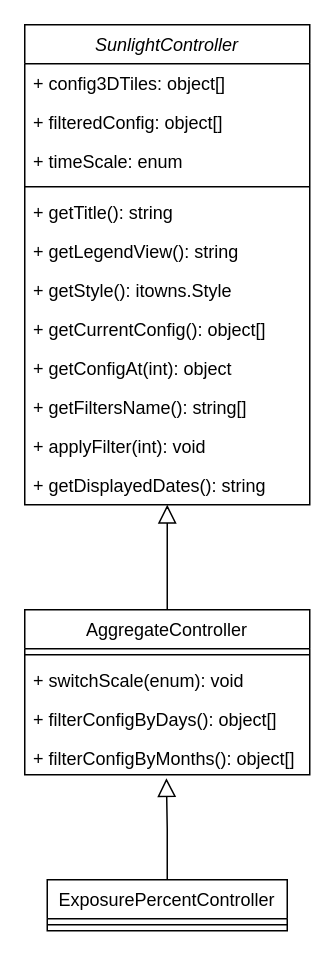
VCityTeam/UD-Demo-VCity-Sunlight keeps this draw.io diagram as docs/UML_Controllers.drawio. Above is the earlier version. Source tidied: cells renumbered, new cells numbered last; positions are measured from the earlier drawing's top-left corner, leaving out a move shared by most shapes. Both pictures are drawn from the tidied source at 150%, with x=0, y=0 at pixel (24, 24).
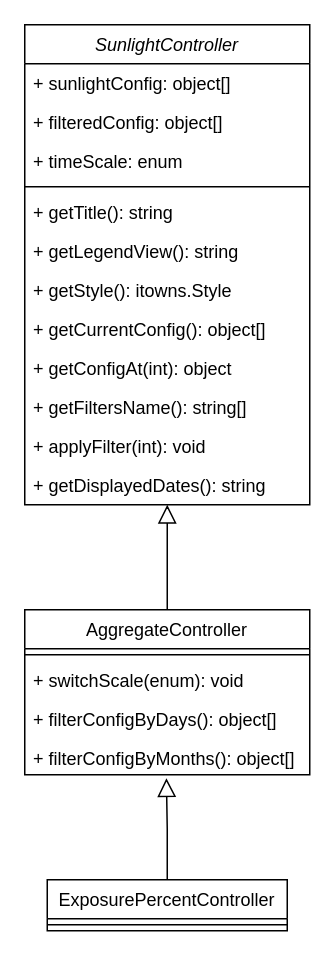
After the change.

Commit message (it also covers changes not shown here):
Update uml diagram of controllers

The change refers to these unchanged cells:
```xml
<mxCell id="2" value="SunlightController" style="swimlane;fontStyle=2;align=center;verticalAlign=top;horizontal=1;startSize=26;rounded=0;shadow=0;strokeWidth=1;" parent="1" vertex="1">
  <mxGeometry width="190" height="320" as="geometry" />
</mxCell>
```

Diff of the diagram source:
```diff
@@
-    <mxCell id="3" value="+ config3DTiles: object[]" style="text;align=left;verticalAlign=top;spacingLeft=4;spacingRight=4;overflow=hidden;" parent="2" vertex="1">
+    <mxCell id="3" value="+ sunlightConfig: object[]" style="text;align=left;verticalAlign=top;spacingLeft=4;spacingRight=4;overflow=hidden;" parent="2" vertex="1">
       <mxGeometry y="26" width="190" height="26" as="geometry" />
     </mxCell>
```
